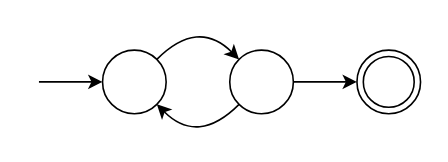
Before: evaluation/figures/long-monitor.drawio in andersfischernielsen/Finding-Resource-Manipulation-Bugs-with-Monitor-Automata-on-the-Example-of-the-Linux-Kernel, a draw.io diagram. Source tidied: cells renumbered, new cells numbered last; positions are measured from the earlier drawing's top-left corner, leaving out a move shared by most shapes. Both pictures are drawn from the tidied source at 159%, with x=0, y=0 at pixel (38, 17).
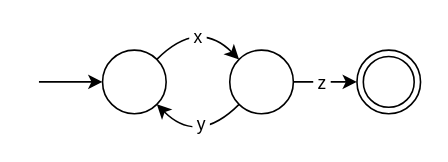
The same page after the edit.

Diff of the diagram source:
```diff
@@
 <mxGraphModel>
   <root>
     <mxCell id="0" />
     <mxCell id="1" parent="0" />
     <mxCell id="2" style="jettySize=auto;html=1;exitX=1;exitY=0;exitDx=0;exitDy=0;entryX=0;entryY=0;entryDx=0;entryDy=0;curved=1;" parent="1" edge="1" source="3" target="6">
       <mxGeometry relative="1" as="geometry">
         <Array as="points">
           <mxPoint x="100" />
         </Array>
       </mxGeometry>
     </mxCell>
+    <mxCell id="9" value="&amp;nbsp;x&amp;nbsp;" style="edgeLabel;html=1;align=center;verticalAlign=middle;" parent="2" vertex="1">
+      <mxGeometry x="-0.23" y="-8" relative="1" as="geometry" />
+    </mxCell>
     <mxCell id="3" style="ellipse;whiteSpace=wrap;html=1;" parent="1" vertex="1">
       <mxGeometry x="40" y="20" width="40" height="40" as="geometry" />
     </mxCell>
     <mxCell id="4" style="edgeStyle=none;curved=1;jettySize=auto;html=1;exitX=0;exitY=1;exitDx=0;exitDy=0;entryX=1;entryY=1;entryDx=0;entryDy=0;" parent="1" edge="1" source="6" target="3">
       <mxGeometry relative="1" as="geometry">
         <Array as="points">
           <mxPoint x="100" y="80" />
         </Array>
       </mxGeometry>
     </mxCell>
+    <mxCell id="10" value="&amp;nbsp;y&amp;nbsp;" style="edgeLabel;html=1;align=center;verticalAlign=middle;" parent="4" vertex="1">
+      <mxGeometry x="-0.27" y="-8" relative="1" as="geometry">
+        <mxPoint y="-1" as="offset" />
+      </mxGeometry>
+    </mxCell>
     <mxCell id="5" style="edgeStyle=none;curved=1;jettySize=auto;html=1;exitX=1;exitY=0.5;exitDx=0;exitDy=0;entryX=0;entryY=0.5;entryDx=0;entryDy=0;" parent="1" edge="1" source="6" target="8">
       <mxGeometry relative="1" as="geometry" />
     </mxCell>
+    <mxCell id="11" value="&amp;nbsp;z&amp;nbsp;" style="edgeLabel;html=1;align=center;verticalAlign=middle;" parent="5" vertex="1">
+      <mxGeometry x="-0.15" relative="1" as="geometry" />
+    </mxCell>
     <mxCell id="6" style="ellipse;whiteSpace=wrap;html=1;" parent="1" vertex="1">
       <mxGeometry x="120" y="20" width="40" height="40" as="geometry" />
     </mxCell>
     <mxCell id="7" style="endArrow=classic;html=1;entryX=0;entryY=0.5;entryDx=0;entryDy=0;" parent="1" edge="1" target="3">
       <mxGeometry relative="1" as="geometry">
         <mxPoint y="40" as="sourcePoint" />
       </mxGeometry>
     </mxCell>
     <mxCell id="8" style="ellipse;shape=doubleEllipse;whiteSpace=wrap;html=1;" parent="1" vertex="1">
       <mxGeometry x="200" y="20" width="40" height="40" as="geometry" />
     </mxCell>
   </root>
 </mxGraphModel>
```
